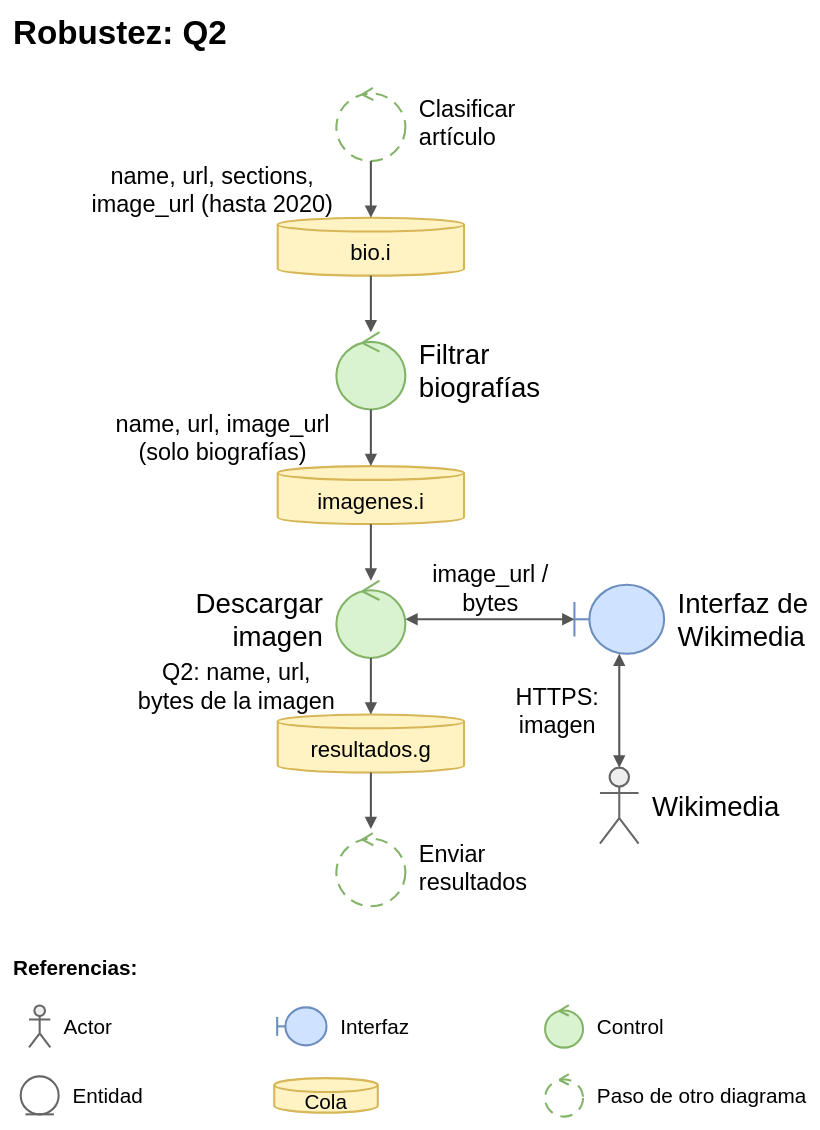
The draw.io diagram page "Robustez - Q2" (2 of 4) of docs/robustez.drawio in Cristobal710/tp-final-distribuidos, before the edit. Source tidied: cells renumbered, new cells numbered last; positions are measured from the earlier drawing's top-left corner, leaving out a move shared by most shapes. Both pictures are drawn from the tidied source at 69%, with x=0, y=0 at pixel (12, 12).
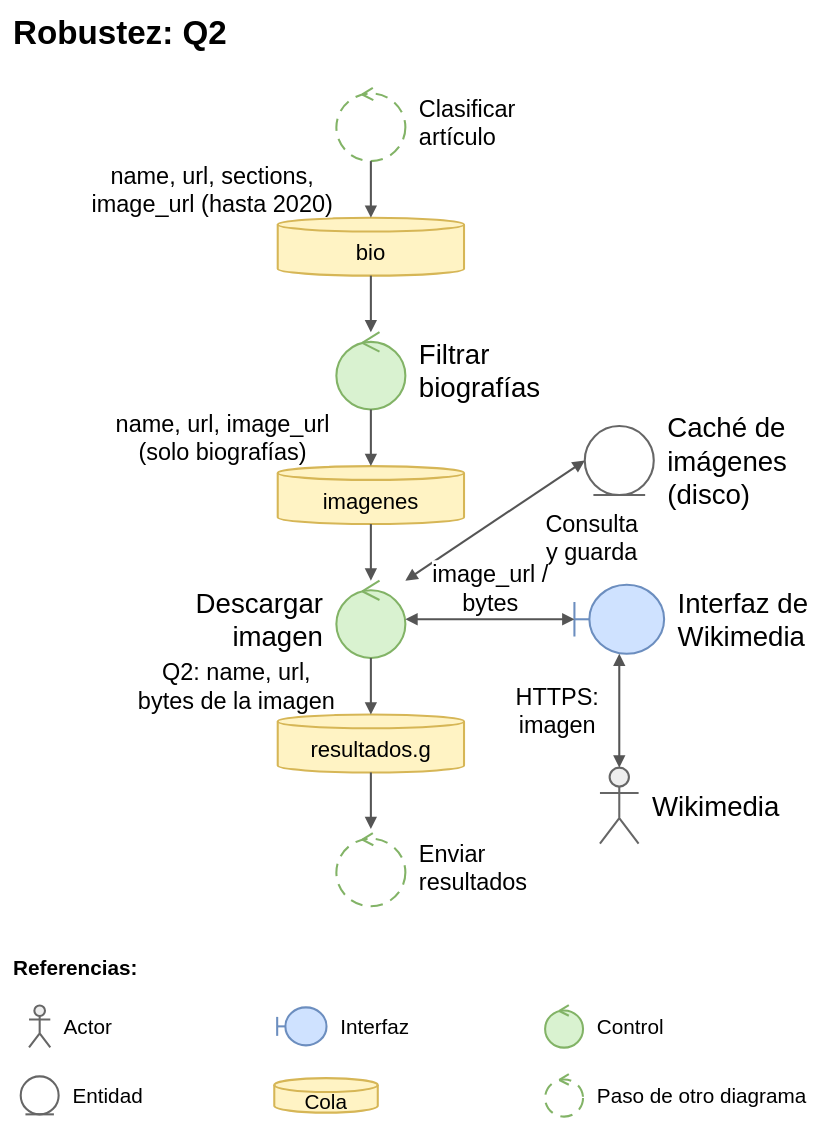
Above is the later version.

The change refers to these unchanged cells:
```xml
<mxCell id="7" value="Descargar&lt;br&gt;imagen" style="shape=umlControl;fillColor=#d9f2d0;strokeColor=#82b366;verticalLabelPosition=middle;verticalAlign=middle;labelPosition=left;align=right;spacingRight=18;html=1;whiteSpace=nowrap;strokeWidth=3;fontFamily=Calibri;fontSize=40;" parent="1" vertex="1">
  <mxGeometry x="470" y="824" width="100" height="112" as="geometry" />
</mxCell>
```

Change to the diagram source:
```diff
@@
-    <mxCell id="4" value="bio.i" style="shape=cylinder3;boundedLbl=1;size=10;whiteSpace=wrap;html=1;fillColor=#fff3c4;strokeColor=#d6b656;strokeWidth=3;fontFamily=Calibri;fontSize=32;" parent="1" vertex="1">
+    <mxCell id="4" value="bio" style="shape=cylinder3;boundedLbl=1;size=10;whiteSpace=wrap;html=1;fillColor=#fff3c4;strokeColor=#d6b656;strokeWidth=3;fontFamily=Calibri;fontSize=32;" parent="1" vertex="1">
       <mxGeometry x="385" y="298" width="270" height="84" as="geometry" />
     </mxCell>
@@
-    <mxCell id="6" value="imagenes.i" style="shape=cylinder3;boundedLbl=1;size=10;whiteSpace=wrap;html=1;fillColor=#fff3c4;strokeColor=#d6b656;strokeWidth=3;fontFamily=Calibri;fontSize=32;" parent="1" vertex="1">
+    <mxCell id="6" value="imagenes" style="shape=cylinder3;boundedLbl=1;size=10;whiteSpace=wrap;html=1;fillColor=#fff3c4;strokeColor=#d6b656;strokeWidth=3;fontFamily=Calibri;fontSize=32;" parent="1" vertex="1">
       <mxGeometry x="385" y="658" width="270" height="84" as="geometry" />
     </mxCell>
@@
+    <mxCell id="27" value="Caché de&lt;br&gt;imágenes&lt;br&gt;(disco)" style="shape=umlEntity;fillColor=#ffffff;strokeColor=#666666;verticalLabelPosition=middle;verticalAlign=middle;labelPosition=right;align=left;spacingLeft=18;html=1;whiteSpace=nowrap;strokeWidth=3;fontFamily=Calibri;fontSize=40;" parent="1" vertex="1">
+      <mxGeometry x="830" y="600" width="100" height="100" as="geometry" />
+    </mxCell>
+    <mxCell id="28" value="Consulta&lt;br&gt;y guarda" style="endArrow=block;endFill=1;endSize=10;html=1;rounded=0;strokeColor=#555555;strokeWidth=3;labelBackgroundColor=#ffffff;fontFamily=Calibri;fontSize=34;startArrow=block;startFill=1;startSize=10;exitX=1;exitY=0;exitDx=0;exitDy=0;entryX=0;entryY=0.5;entryDx=0;entryDy=0;" parent="1" edge="1" source="7" target="27">
+      <mxGeometry relative="1" as="geometry">
+        <mxPoint x="140" y="25" as="offset" />
+      </mxGeometry>
+    </mxCell>
```
